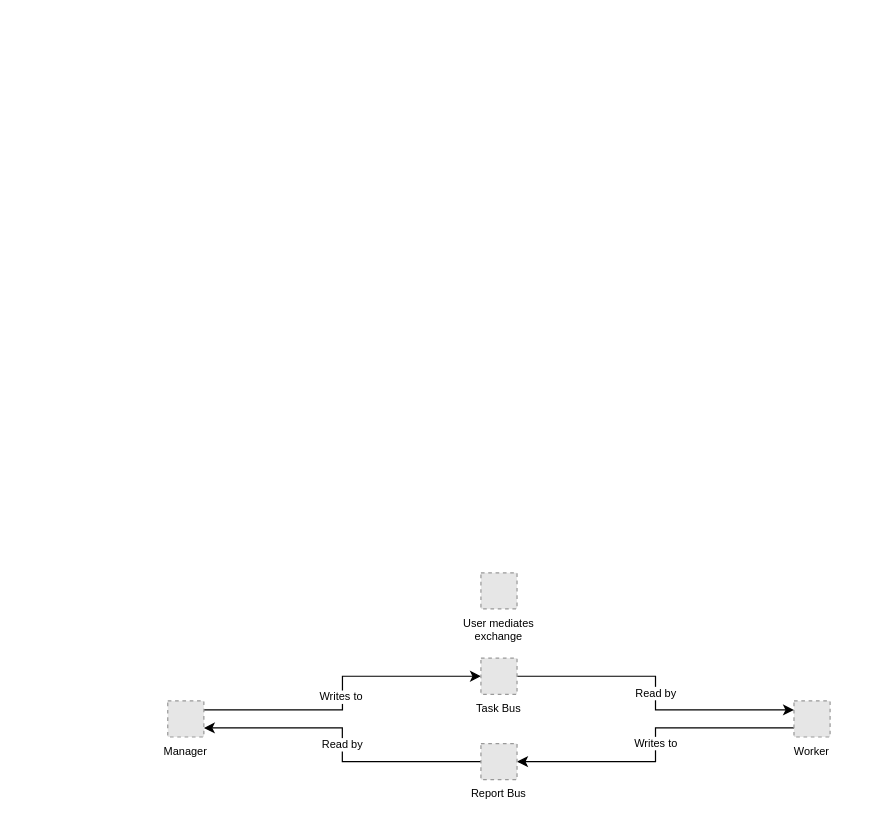
Above: diagrams/framework-design/message-bus.drawio in sdi2200262/bsc-apm-thesis (draw.io), before the change. Source tidied: cells renumbered, new cells numbered last; positions are measured from the earlier drawing's top-left corner, leaving out a move shared by most shapes. Both pictures are drawn from the tidied source at 122%, with x=0, y=0 at pixel (167, 572). Pictures stored in the file or linked from it are replaced by grey dashed boxes.
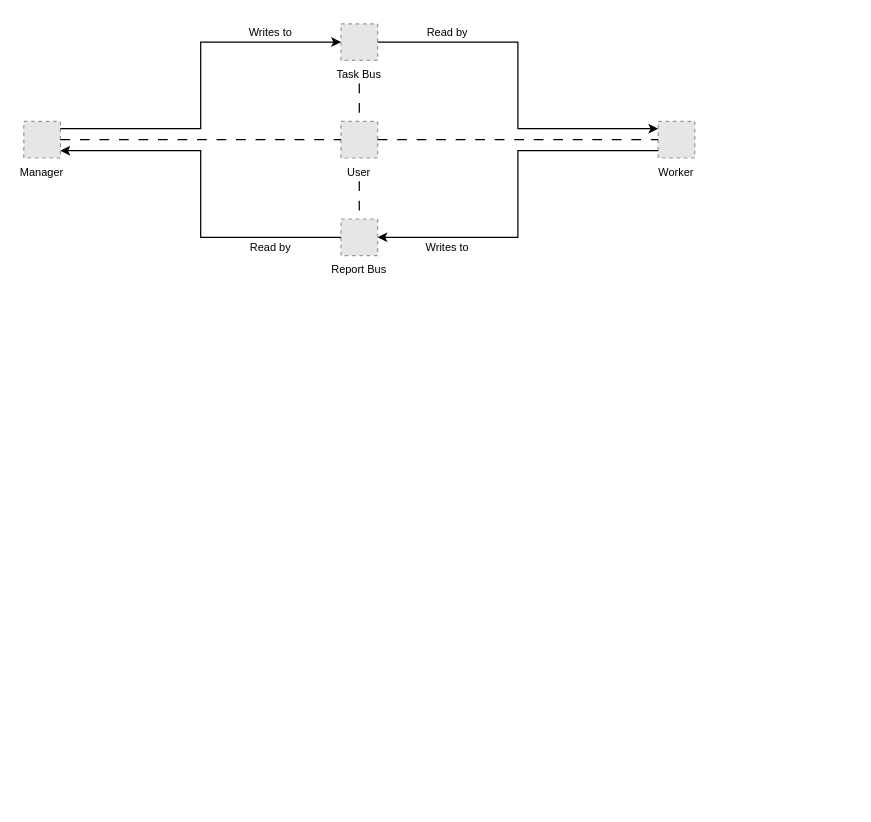
After the change.

Change to the diagram source:
```diff
@@
-    <mxCell id="2" style="group;fontSize=9;" parent="1" vertex="1">
-      <mxGeometry width="560" height="170" as="geometry" />
-    </mxCell>
-    <mxCell id="3" value="User mediates&#10;exchange" style="fillColor=#E6E6E6;strokeColor=#999999;dashed=1;verticalLabelPosition=bottom;labelBackgroundColor=default;verticalAlign=top;fontSize=9;" parent="2" vertex="1">
-      <mxGeometry x="256.7" width="29.6" height="29.6" as="geometry" />
-    </mxCell>
+    <mxCell id="6" value="Manager" style="fillColor=#E6E6E6;strokeColor=#999999;dashed=1;fontFamily=Helvetica;fontSize=9;fontColor=#000000;verticalLabelPosition=bottom;verticalAlign=top;" parent="1" vertex="1">
+      <mxGeometry x="-118" y="-370" width="30" height="30" as="geometry" />
+    </mxCell>
+    <mxCell id="16" value="User" style="fillColor=#E6E6E6;strokeColor=#999999;dashed=1;fontFamily=Helvetica;fontSize=9;fontColor=#000000;verticalLabelPosition=bottom;verticalAlign=top;" parent="1" vertex="1">
+      <mxGeometry x="142" y="-370" width="30" height="30" as="geometry" />
+    </mxCell>
+    <mxCell id="9" value="Worker" style="fillColor=#E6E6E6;strokeColor=#999999;dashed=1;fontFamily=Helvetica;fontSize=9;fontColor=#000000;verticalLabelPosition=bottom;verticalAlign=top;" parent="1" vertex="1">
+      <mxGeometry x="402" y="-370" width="30" height="30" as="geometry" />
+    </mxCell>
+    <mxCell id="12" value="Task Bus" style="fillColor=#E6E6E6;strokeColor=#999999;dashed=1;fontFamily=Helvetica;fontSize=9;fontColor=#000000;verticalLabelPosition=bottom;verticalAlign=top;" parent="1" vertex="1">
+      <mxGeometry x="142" y="-450" width="30" height="30" as="geometry" />
+    </mxCell>
+    <mxCell id="15" value="Report Bus" style="fillColor=#E6E6E6;strokeColor=#999999;dashed=1;fontFamily=Helvetica;fontSize=9;fontColor=#000000;verticalLabelPosition=bottom;verticalAlign=top;" parent="1" vertex="1">
+      <mxGeometry x="142" y="-290" width="30" height="30" as="geometry" />
+    </mxCell>
-    <mxCell id="4" style="rounded=0;jettySize=auto;html=1;exitX=1;exitY=0.25;exitDx=0;exitDy=0;entryX=0;entryY=0.5;entryDx=0;entryDy=0;edgeStyle=orthogonalEdgeStyle;fontSize=9;" parent="2" edge="1" source="6" target="12">
-      <mxGeometry relative="1" as="geometry" />
+    <mxCell id="4" style="fontFamily=Helvetica;fontSize=9;fontColor=#000000;strokeColor=#000000;edgeStyle=orthogonalEdgeStyle;rounded=0;html=0;endSize=5;startSize=5;exitX=1;exitY=0.2;exitDx=0;exitDy=0;entryX=0;entryY=0.5;entryDx=0;entryDy=0;" parent="1" edge="1" source="6" target="12">
+      <mxGeometry relative="1" as="geometry">
+        <Array as="points">
+          <mxPoint x="27" y="-364" />
+          <mxPoint x="27" y="-435" />
+        </Array>
+      </mxGeometry>
     </mxCell>
-    <mxCell id="5" value="Writes to" style="edgeLabel;html=1;align=center;verticalAlign=middle;fontSize=9;" parent="4" vertex="1">
-      <mxGeometry x="0.04" y="2" relative="1" as="geometry">
-        <mxPoint y="7" as="offset" />
-      </mxGeometry>
-    </mxCell>
-    <mxCell id="6" value="Manager" style="fillColor=#E6E6E6;strokeColor=#999999;dashed=1;verticalLabelPosition=bottom;labelBackgroundColor=default;verticalAlign=top;fontSize=9;" parent="2" vertex="1">
-      <mxGeometry y="105" width="29.6" height="29.6" as="geometry" />
-    </mxCell>
+    <mxCell id="10" style="fontFamily=Helvetica;fontSize=9;fontColor=#000000;strokeColor=#000000;edgeStyle=orthogonalEdgeStyle;rounded=0;html=0;endSize=5;startSize=5;exitX=1;exitY=0.5;exitDx=0;exitDy=0;entryX=0;entryY=0.2;entryDx=0;entryDy=0;" parent="1" edge="1" source="12" target="9">
+      <mxGeometry relative="1" as="geometry">
+        <Array as="points">
+          <mxPoint x="287" y="-435" />
+          <mxPoint x="287" y="-364" />
+        </Array>
+      </mxGeometry>
+    </mxCell>
-    <mxCell id="7" style="edgeStyle=orthogonalEdgeStyle;rounded=0;jettySize=auto;html=1;exitX=0;exitY=0.75;exitDx=0;exitDy=0;entryX=1;entryY=0.5;entryDx=0;entryDy=0;fontSize=9;" parent="2" edge="1" source="9" target="15">
-      <mxGeometry relative="1" as="geometry" />
+    <mxCell id="7" style="fontFamily=Helvetica;fontSize=9;fontColor=#000000;strokeColor=#000000;edgeStyle=orthogonalEdgeStyle;rounded=0;html=0;endSize=5;startSize=5;exitX=0;exitY=0.8;exitDx=0;exitDy=0;entryX=1;entryY=0.5;entryDx=0;entryDy=0;" parent="1" edge="1" source="9" target="15">
+      <mxGeometry relative="1" as="geometry">
+        <Array as="points">
+          <mxPoint x="287" y="-346" />
+          <mxPoint x="287" y="-275" />
+        </Array>
+      </mxGeometry>
     </mxCell>
-    <mxCell id="8" value="&lt;font&gt;Writes to&lt;/font&gt;" style="edgeLabel;html=1;align=center;verticalAlign=middle;fontSize=9;" parent="7" vertex="1">
-      <mxGeometry x="-0.01" relative="1" as="geometry" />
-    </mxCell>
-    <mxCell id="9" value="Worker" style="fillColor=#E6E6E6;strokeColor=#999999;dashed=1;verticalLabelPosition=bottom;labelBackgroundColor=default;verticalAlign=top;fontSize=9;" parent="2" vertex="1">
-      <mxGeometry x="513.3" y="105" width="29.6" height="29.6" as="geometry" />
-    </mxCell>
-    <mxCell id="10" style="edgeStyle=orthogonalEdgeStyle;rounded=0;jettySize=auto;html=1;exitX=1;exitY=0.5;exitDx=0;exitDy=0;entryX=0;entryY=0.25;entryDx=0;entryDy=0;fontSize=9;" parent="2" edge="1" source="12" target="9">
-      <mxGeometry relative="1" as="geometry" />
-    </mxCell>
-    <mxCell id="11" value="&lt;font&gt;Read by&lt;/font&gt;" style="edgeLabel;html=1;align=center;verticalAlign=middle;fontSize=9;" parent="10" vertex="1">
-      <mxGeometry x="0.04" relative="1" as="geometry">
-        <mxPoint y="-5" as="offset" />
-      </mxGeometry>
-    </mxCell>
-    <mxCell id="12" value="Task Bus" style="fillColor=#E6E6E6;strokeColor=#999999;dashed=1;verticalLabelPosition=bottom;labelBackgroundColor=default;verticalAlign=top;fontSize=9;" parent="2" vertex="1">
-      <mxGeometry x="256.7" y="70" width="29.6" height="29.6" as="geometry" />
-    </mxCell>
-    <mxCell id="13" style="edgeStyle=orthogonalEdgeStyle;rounded=0;jettySize=auto;html=1;exitX=0;exitY=0.5;exitDx=0;exitDy=0;entryX=1;entryY=0.75;entryDx=0;entryDy=0;fontSize=9;" parent="2" edge="1" source="15" target="6">
-      <mxGeometry relative="1" as="geometry" />
+    <mxCell id="13" style="fontFamily=Helvetica;fontSize=9;fontColor=#000000;strokeColor=#000000;edgeStyle=orthogonalEdgeStyle;rounded=0;html=0;endSize=5;startSize=5;exitX=0;exitY=0.5;exitDx=0;exitDy=0;entryX=1;entryY=0.8;entryDx=0;entryDy=0;" parent="1" edge="1" source="15" target="6">
+      <mxGeometry relative="1" as="geometry">
+        <Array as="points">
+          <mxPoint x="27" y="-275" />
+          <mxPoint x="27" y="-346" />
+        </Array>
+      </mxGeometry>
     </mxCell>
-    <mxCell id="14" value="Read by" style="edgeLabel;html=1;align=center;verticalAlign=middle;fontSize=9;" parent="13" vertex="1">
-      <mxGeometry x="0.04" y="1" relative="1" as="geometry">
-        <mxPoint y="4" as="offset" />
-      </mxGeometry>
-    </mxCell>
-    <mxCell id="15" value="Report Bus" style="fillColor=#E6E6E6;strokeColor=#999999;dashed=1;verticalLabelPosition=bottom;labelBackgroundColor=default;verticalAlign=top;fontSize=9;" parent="2" vertex="1">
-      <mxGeometry x="256.7" y="140" width="29.6" height="29.6" as="geometry" />
-    </mxCell>
+    <mxCell id="17" style="fontFamily=Helvetica;fontSize=9;fontColor=#000000;strokeColor=#000000;edgeStyle=orthogonalEdgeStyle;rounded=0;html=0;endSize=5;startSize=5;exitX=1;exitY=0.5;exitDx=0;exitDy=0;entryX=0;entryY=0.5;entryDx=0;entryDy=0;dashed=1;dashPattern=8 8;endArrow=none;" parent="1" edge="1" source="6" target="16">
+      <mxGeometry relative="1" as="geometry" />
+    </mxCell>
+    <mxCell id="18" style="fontFamily=Helvetica;fontSize=9;fontColor=#000000;strokeColor=#000000;edgeStyle=orthogonalEdgeStyle;rounded=0;html=0;endSize=5;startSize=5;exitX=1;exitY=0.5;exitDx=0;exitDy=0;entryX=0;entryY=0.5;entryDx=0;entryDy=0;dashed=1;dashPattern=8 8;endArrow=none;" parent="1" edge="1" source="16" target="9">
+      <mxGeometry relative="1" as="geometry" />
+    </mxCell>
+    <mxCell id="19" style="fontFamily=Helvetica;fontSize=9;fontColor=#000000;strokeColor=#000000;text;html=0;" parent="1" vertex="1">
+      <mxGeometry x="157" y="-401" as="geometry" />
+    </mxCell>
+    <mxCell id="20" style="fontFamily=Helvetica;fontSize=9;fontColor=#000000;strokeColor=#000000;edgeStyle=orthogonalEdgeStyle;rounded=0;html=0;endSize=5;startSize=5;entryX=0.5;entryY=0;entryDx=0;entryDy=0;dashed=1;dashPattern=8 8;endArrow=none;" parent="1" edge="1" source="19" target="16">
+      <mxGeometry relative="1" as="geometry" />
+    </mxCell>
+    <mxCell id="21" style="fontFamily=Helvetica;fontSize=9;fontColor=#000000;strokeColor=#000000;text;html=0;" parent="1" vertex="1">
+      <mxGeometry x="157" y="-321" as="geometry" />
+    </mxCell>
+    <mxCell id="22" style="fontFamily=Helvetica;fontSize=9;fontColor=#000000;strokeColor=#000000;edgeStyle=orthogonalEdgeStyle;rounded=0;html=0;endSize=5;startSize=5;entryX=0.5;entryY=0;entryDx=0;entryDy=0;dashed=1;dashPattern=8 8;endArrow=none;" parent="1" edge="1" source="21" target="15">
+      <mxGeometry relative="1" as="geometry" />
+    </mxCell>
+    <mxCell id="23" value="Writes to" style="fontFamily=Helvetica;fontSize=9;fontColor=#000000;strokeColor=#000000;text;html=0;align=center;verticalAlign=middle;fontStyle=0;" parent="1" vertex="1">
+      <mxGeometry x="24.5" y="-453" width="120" height="20" as="geometry" />
+    </mxCell>
+    <mxCell id="24" value="Read by" style="fontFamily=Helvetica;fontSize=9;fontColor=#000000;strokeColor=#000000;text;html=0;align=center;verticalAlign=middle;fontStyle=0;" parent="1" vertex="1">
+      <mxGeometry x="24.5" y="-277" width="120" height="20" as="geometry" />
+    </mxCell>
+    <mxCell id="25" value="Read by" style="fontFamily=Helvetica;fontSize=9;fontColor=#000000;strokeColor=#000000;text;html=0;align=center;verticalAlign=middle;fontStyle=0;" parent="1" vertex="1">
+      <mxGeometry x="169.5" y="-453" width="120" height="20" as="geometry" />
+    </mxCell>
+    <mxCell id="26" value="Writes to" style="fontFamily=Helvetica;fontSize=9;fontColor=#000000;strokeColor=#000000;text;html=0;align=center;verticalAlign=middle;fontStyle=0;" parent="1" vertex="1">
+      <mxGeometry x="169.5" y="-277" width="120" height="20" as="geometry" />
+    </mxCell>
```
